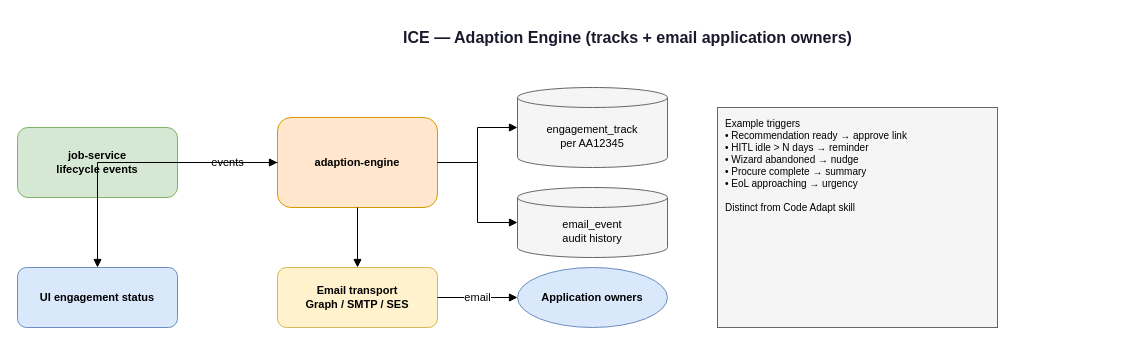
Earlier version of the draw.io diagram docs/09-adaption-engine.drawio (shivank22/ICE). Source tidied: cells renumbered, new cells numbered last; positions are measured from the earlier drawing's top-left corner, leaving out a move shared by most shapes. Both pictures are drawn from the tidied source at 100%, with x=0, y=0 at pixel (17, 17).
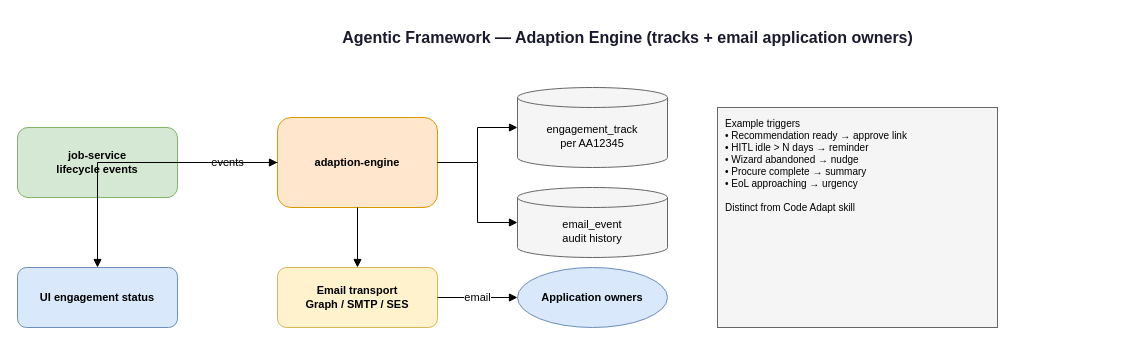
After the change.

Change to the diagram source:
```diff
@@
 <mxGraphModel>
   <root>
     <mxCell id="0" />
     <mxCell id="1" parent="0" />
-    <mxCell id="2" value="ICE — Adaption Engine (tracks + email application owners)" style="text;html=1;strokeColor=none;fillColor=none;align=center;verticalAlign=middle;fontStyle=1;fontSize=16;fontColor=#1a1a2e;" parent="1" vertex="1">
+    <mxCell id="2" value="Agentic Framework — Adaption Engine (tracks + email application owners)" style="text;html=1;strokeColor=none;fillColor=none;align=center;verticalAlign=middle;fontStyle=1;fontSize=16;fontColor=#1a1a2e;" parent="1" vertex="1">
       <mxGeometry x="110" width="1000" height="40" as="geometry" />
     </mxCell>
     <mxCell id="3" value="job-service&#10;lifecycle events" style="rounded=1;whiteSpace=wrap;html=1;fillColor=#d5e8d4;strokeColor=#82b366;fontSize=11;fontStyle=1;" parent="1" vertex="1">
       <mxGeometry y="110" width="160" height="70" as="geometry" />
     </mxCell>
     <mxCell id="4" value="adaption-engine" style="rounded=1;whiteSpace=wrap;html=1;fillColor=#ffe6cc;strokeColor=#d79b00;fontSize=11;fontStyle=1;" parent="1" vertex="1">
       <mxGeometry x="260" y="100" width="160" height="90" as="geometry" />
     </mxCell>
     <mxCell id="5" value="engagement_track&#10;per AA12345" style="shape=cylinder3;whiteSpace=wrap;html=1;boundedLbl=1;backgroundOutline=1;size=10;fillColor=#f5f5f5;strokeColor=#666666;fontSize=11;" parent="1" vertex="1">
       <mxGeometry x="500" y="70" width="150" height="80" as="geometry" />
     </mxCell>
     <mxCell id="6" value="email_event&#10;audit history" style="shape=cylinder3;whiteSpace=wrap;html=1;boundedLbl=1;backgroundOutline=1;size=10;fillColor=#f5f5f5;strokeColor=#666666;fontSize=11;" parent="1" vertex="1">
       <mxGeometry x="500" y="170" width="150" height="70" as="geometry" />
     </mxCell>
     <mxCell id="7" value="Email transport&#10;Graph / SMTP / SES" style="rounded=1;whiteSpace=wrap;html=1;fillColor=#fff2cc;strokeColor=#d6b656;fontSize=11;fontStyle=1;" parent="1" vertex="1">
       <mxGeometry x="260" y="250" width="160" height="60" as="geometry" />
     </mxCell>
     <mxCell id="8" value="Application owners" style="ellipse;whiteSpace=wrap;html=1;fillColor=#dae8fc;strokeColor=#6c8ebf;fontStyle=1;fontSize=11;" parent="1" vertex="1">
       <mxGeometry x="500" y="250" width="150" height="60" as="geometry" />
     </mxCell>
     <mxCell id="9" value="UI engagement status" style="rounded=1;whiteSpace=wrap;html=1;fillColor=#dae8fc;strokeColor=#6c8ebf;fontSize=11;fontStyle=1;" parent="1" vertex="1">
       <mxGeometry y="250" width="160" height="60" as="geometry" />
     </mxCell>
     <mxCell id="10" value="Example triggers&#10;• Recommendation ready → approve link&#10;• HITL idle &gt; N days → reminder&#10;• Wizard abandoned → nudge&#10;• Procure complete → summary&#10;• EoL approaching → urgency&#10;&#10;Distinct from Code Adapt skill" style="rounded=0;whiteSpace=wrap;html=1;align=left;verticalAlign=top;fillColor=#f5f5f5;strokeColor=#666666;fontSize=10;spacingLeft=6;spacingTop=4;" parent="1" vertex="1">
       <mxGeometry x="700" y="90" width="280" height="220" as="geometry" />
     </mxCell>
     <mxCell id="11" value="events" style="edgeStyle=orthogonalEdgeStyle;rounded=0;html=1;endArrow=block;endFill=1;strokeWidth=1;" parent="1" edge="1" source="3" target="4">
       <mxGeometry relative="1" as="geometry" />
     </mxCell>
     <mxCell id="12" style="edgeStyle=orthogonalEdgeStyle;rounded=0;html=1;endArrow=block;endFill=1;strokeWidth=1;" parent="1" edge="1" source="4" target="5">
       <mxGeometry relative="1" as="geometry" />
     </mxCell>
     <mxCell id="13" style="edgeStyle=orthogonalEdgeStyle;rounded=0;html=1;endArrow=block;endFill=1;strokeWidth=1;" parent="1" edge="1" source="4" target="6">
       <mxGeometry relative="1" as="geometry" />
     </mxCell>
     <mxCell id="14" style="edgeStyle=orthogonalEdgeStyle;rounded=0;html=1;endArrow=block;endFill=1;strokeWidth=1;" parent="1" edge="1" source="4" target="7">
       <mxGeometry relative="1" as="geometry" />
     </mxCell>
     <mxCell id="15" value="email" style="edgeStyle=orthogonalEdgeStyle;rounded=0;html=1;endArrow=block;endFill=1;strokeWidth=1;" parent="1" edge="1" source="7" target="8">
       <mxGeometry relative="1" as="geometry" />
     </mxCell>
     <mxCell id="16" style="edgeStyle=orthogonalEdgeStyle;rounded=0;html=1;endArrow=block;endFill=1;strokeWidth=1;" parent="1" edge="1" source="4" target="9">
       <mxGeometry relative="1" as="geometry" />
     </mxCell>
   </root>
 </mxGraphModel>
```
